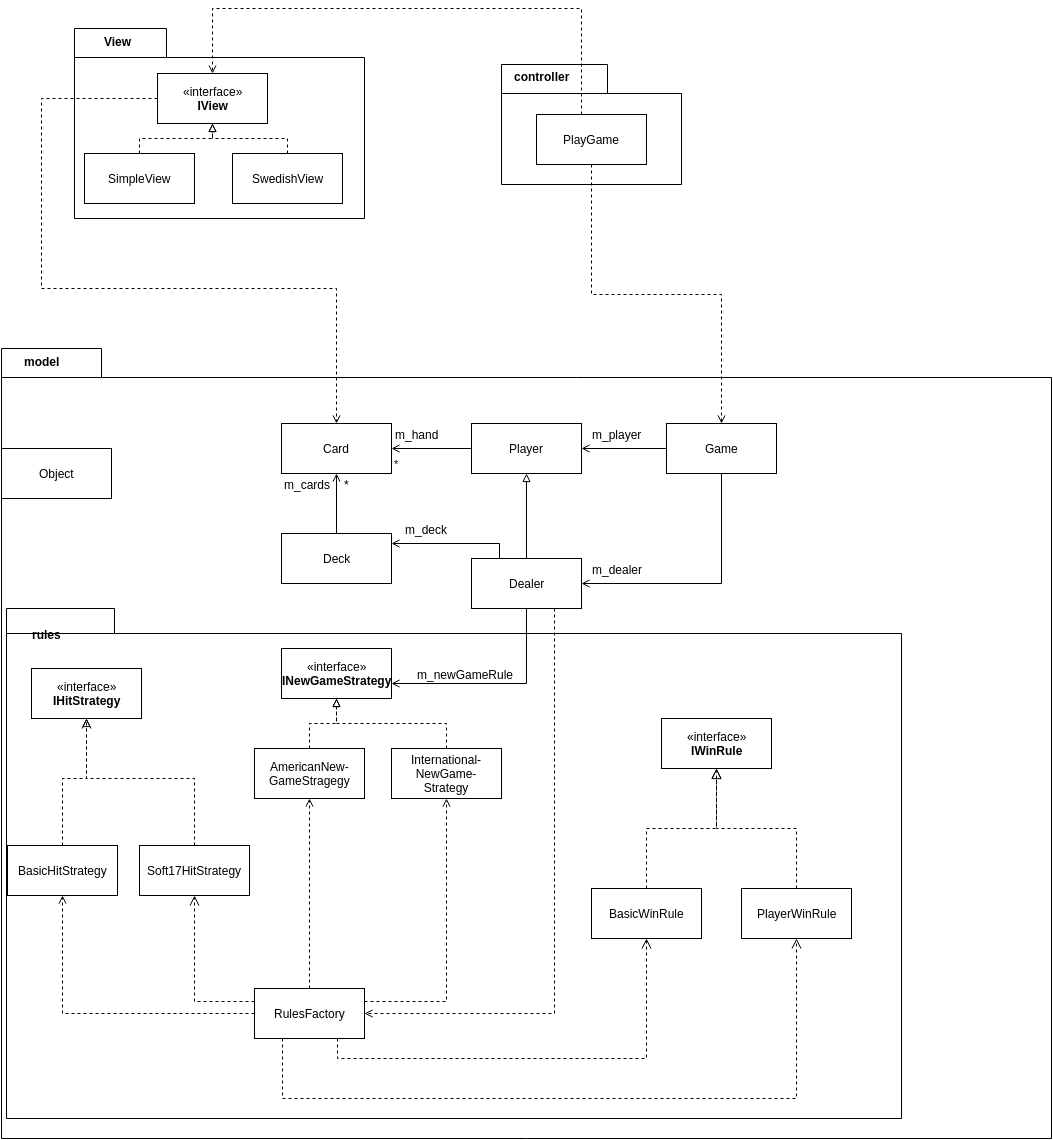
AndrasBalla/1DV607 keeps this draw.io diagram as black_jack/BlackJack/diagram/ws3.png. Above is the earlier version. Source tidied: cells renumbered, new cells last; positions are measured from the earlier drawing's top-left corner, leaving out a move shared by most shapes.
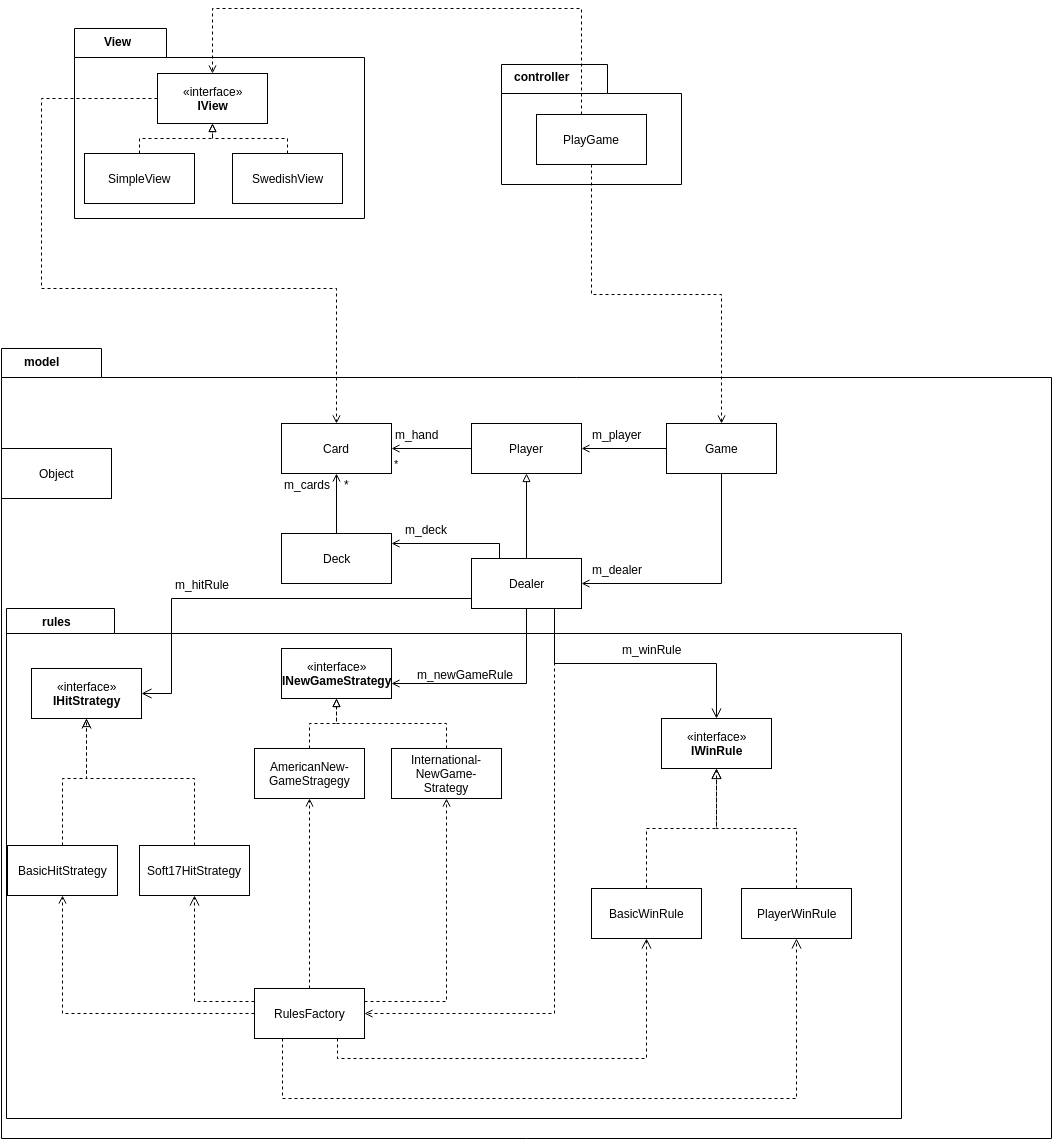
The same diagram one commit later.

What changed in the source:
```diff
@@ -214,7 +214,7 @@
       <mxGeometry relative="1" as="geometry" />
     </mxCell>
     <mxCell id="51" value="rules" style="text;html=1;align=center;fontStyle=1;verticalAlign=middle;spacingLeft=3;spacingRight=3;strokeColor=none;" parent="1" vertex="1">
-      <mxGeometry x="5" y="613" width="80" height="26" as="geometry" />
+      <mxGeometry x="15" y="600" width="80" height="26" as="geometry" />
     </mxCell>
     <mxCell id="52" value="«interface»&lt;br&gt;&lt;b&gt;IHitStrategy&lt;/b&gt;" style="html=1;" parent="1" vertex="1">
       <mxGeometry x="30" y="660" width="110" height="50" as="geometry" />
@@ -262,5 +262,27 @@
         </Array>
       </mxGeometry>
     </mxCell>
+    <mxCell id="64" style="edgeStyle=orthogonalEdgeStyle;rounded=0;html=1;exitX=0.75;exitY=1;startArrow=none;startFill=0;startSize=8;endArrow=open;endFill=0;endSize=8;jettySize=auto;fontSize=12;" parent="1" edge="1" source="26" target="53">
+      <mxGeometry relative="1" as="geometry" />
+    </mxCell>
+    <mxCell id="65" value="m_winRule" style="text;html=1;align=center;verticalAlign=middle;labelBackgroundColor=#ffffff;fontSize=12;" parent="64" vertex="1">
+      <mxGeometry x="0.12" relative="1" as="geometry">
+        <mxPoint x="-1" y="-15" as="offset" />
+      </mxGeometry>
+    </mxCell>
+    <mxCell id="66" style="edgeStyle=orthogonalEdgeStyle;rounded=0;html=1;exitX=0;exitY=0.5;entryX=1;entryY=0.5;startArrow=none;startFill=0;startSize=8;endArrow=open;endFill=0;endSize=8;jettySize=auto;fontSize=12;" parent="1" edge="1" source="26" target="52">
+      <mxGeometry relative="1" as="geometry">
+        <Array as="points">
+          <mxPoint x="470" y="590" />
+          <mxPoint x="170" y="590" />
+          <mxPoint x="170" y="685" />
+        </Array>
+      </mxGeometry>
+    </mxCell>
+    <mxCell id="67" value="m_hitRule" style="text;html=1;align=center;verticalAlign=middle;labelBackgroundColor=#ffffff;fontSize=12;" parent="66" vertex="1">
+      <mxGeometry x="0.28" y="-1" relative="1" as="geometry">
+        <mxPoint x="-3" y="-14" as="offset" />
+      </mxGeometry>
+    </mxCell>
   </root>
 </mxGraphModel>
```
